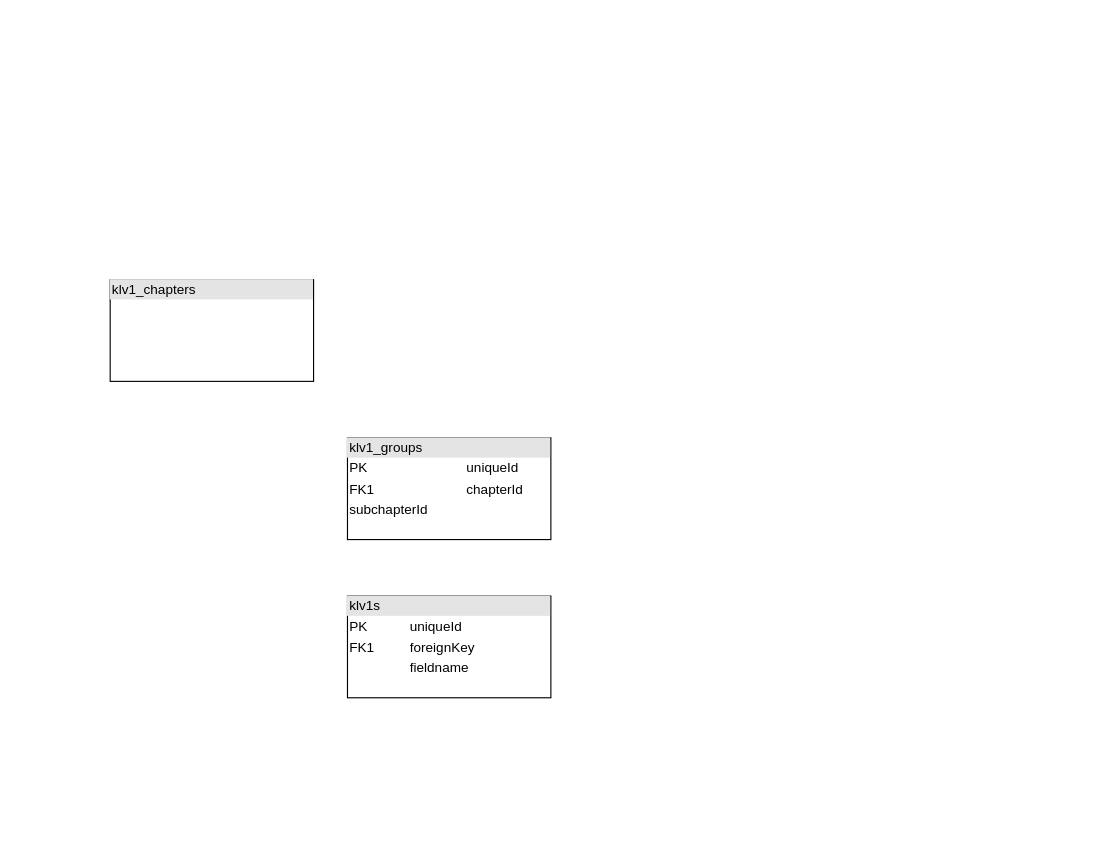
This is Dokumentation/diagrams/Untitled Diagram.drawio from TheCodear/PSE-eonum-docrepo, a draw.io file, before an edit. Source tidied: cells renumbered, new cells numbered last; positions are measured from the earlier drawing's top-left corner, leaving out a move shared by most shapes. Both pictures are drawn from the tidied source at 113%, with x=0, y=0 at pixel (110, 279).
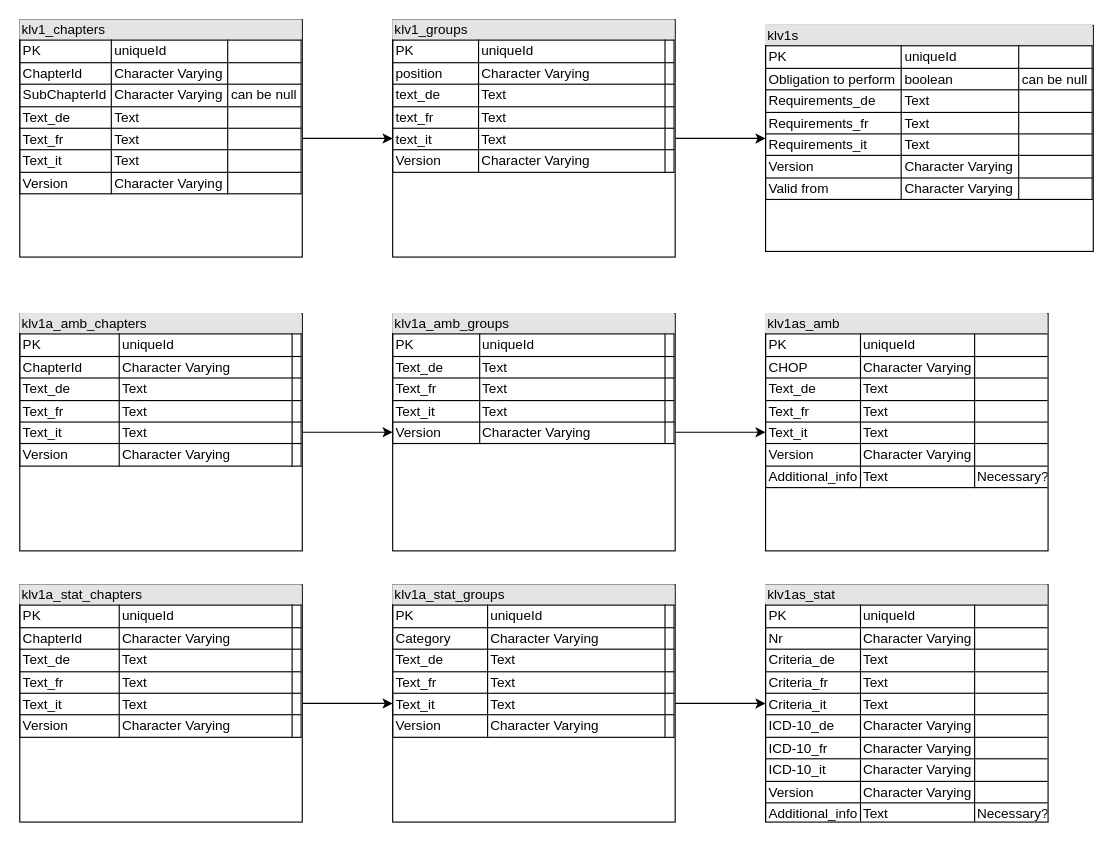
Above is the later version.

Diff of the diagram source:
```diff
@@
 <mxGraphModel>
   <root>
     <mxCell id="0" />
     <mxCell id="1" parent="0" />
-    <mxCell id="2" value="&lt;div style=&quot;box-sizing: border-box ; width: 100% ; background: #e4e4e4 ; padding: 2px&quot;&gt;klv1_chapters&lt;/div&gt;&lt;table style=&quot;width: 100% ; font-size: 1em&quot; cellspacing=&quot;0&quot; cellpadding=&quot;2&quot;&gt;&lt;tbody&gt;&lt;tr&gt;&lt;td&gt;&lt;table&gt;&lt;tbody&gt;&lt;tr&gt;&lt;td&gt;&lt;br&gt;&lt;/td&gt;&lt;td&gt;&lt;br&gt;&lt;/td&gt;&lt;/tr&gt;&lt;tr&gt;&lt;td&gt;&lt;br&gt;&lt;/td&gt;&lt;td&gt;&lt;br&gt;&lt;/td&gt;&lt;/tr&gt;&lt;tr&gt;&lt;td&gt;&lt;br&gt;&lt;/td&gt;&lt;td&gt;&lt;br&gt;&lt;/td&gt;&lt;/tr&gt;&lt;tr&gt;&lt;td&gt;&lt;br&gt;&lt;/td&gt;&lt;td&gt;&lt;br&gt;&lt;/td&gt;&lt;/tr&gt;&lt;tr&gt;&lt;td&gt;&lt;br&gt;&lt;/td&gt;&lt;td&gt;&lt;br&gt;&lt;/td&gt;&lt;/tr&gt;&lt;tr&gt;&lt;td&gt;&lt;br&gt;&lt;/td&gt;&lt;td&gt;&lt;br&gt;&lt;/td&gt;&lt;/tr&gt;&lt;tr&gt;&lt;td&gt;&lt;br&gt;&lt;/td&gt;&lt;td&gt;&lt;br&gt;&lt;/td&gt;&lt;/tr&gt;&lt;/tbody&gt;&lt;/table&gt;&lt;br&gt;&lt;/td&gt;&lt;td&gt;&lt;br&gt;&lt;/td&gt;&lt;td&gt;&lt;br&gt;&lt;/td&gt;&lt;/tr&gt;&lt;tr&gt;&lt;td&gt;&lt;br&gt;&lt;/td&gt;&lt;td&gt;&lt;br&gt;&lt;/td&gt;&lt;td&gt;&lt;br&gt;&lt;/td&gt;&lt;/tr&gt;&lt;tr&gt;&lt;td&gt;&lt;br&gt;&lt;/td&gt;&lt;td&gt;&lt;br&gt;&lt;/td&gt;&lt;td&gt;&lt;br&gt;&lt;/td&gt;&lt;/tr&gt;&lt;tr&gt;&lt;td&gt;&lt;br&gt;&lt;/td&gt;&lt;td&gt;&lt;br&gt;&lt;/td&gt;&lt;td&gt;&lt;br&gt;&lt;/td&gt;&lt;/tr&gt;&lt;tr&gt;&lt;td&gt;&lt;br&gt;&lt;/td&gt;&lt;td&gt;&lt;br&gt;&lt;/td&gt;&lt;td&gt;&lt;br&gt;&lt;/td&gt;&lt;/tr&gt;&lt;tr&gt;&lt;td&gt;&lt;br&gt;&lt;/td&gt;&lt;td&gt;&lt;br&gt;&lt;/td&gt;&lt;td&gt;&lt;br&gt;&lt;/td&gt;&lt;/tr&gt;&lt;tr&gt;&lt;td&gt;&lt;br&gt;&lt;/td&gt;&lt;td&gt;&lt;br&gt;&lt;/td&gt;&lt;td&gt;&lt;br&gt;&lt;/td&gt;&lt;/tr&gt;&lt;tr&gt;&lt;td&gt;&lt;br&gt;&lt;/td&gt;&lt;td&gt;&lt;br&gt;&lt;/td&gt;&lt;td&gt;&lt;br&gt;&lt;/td&gt;&lt;/tr&gt;&lt;tr&gt;&lt;td&gt;&lt;br&gt;&lt;/td&gt;&lt;td&gt;&lt;br&gt;&lt;/td&gt;&lt;td&gt;&lt;br&gt;&lt;/td&gt;&lt;/tr&gt;&lt;tr&gt;&lt;td&gt;&lt;br&gt;&lt;/td&gt;&lt;td&gt;&lt;br&gt;&lt;/td&gt;&lt;td&gt;&lt;br&gt;&lt;/td&gt;&lt;/tr&gt;&lt;tr&gt;&lt;td&gt;&lt;br&gt;&lt;/td&gt;&lt;td&gt;&lt;br&gt;&lt;/td&gt;&lt;td&gt;&lt;br&gt;&lt;/td&gt;&lt;/tr&gt;&lt;tr&gt;&lt;td&gt;&lt;br&gt;&lt;/td&gt;&lt;td&gt;&lt;br&gt;&lt;/td&gt;&lt;td&gt;&lt;br&gt;&lt;/td&gt;&lt;/tr&gt;&lt;tr&gt;&lt;td&gt;&lt;br&gt;&lt;/td&gt;&lt;td&gt;&lt;br&gt;&lt;/td&gt;&lt;td&gt;&lt;br&gt;&lt;/td&gt;&lt;/tr&gt;&lt;tr&gt;&lt;td&gt;&lt;br&gt;&lt;/td&gt;&lt;td&gt;&lt;br&gt;&lt;/td&gt;&lt;td&gt;&lt;br&gt;&lt;/td&gt;&lt;/tr&gt;&lt;tr&gt;&lt;td&gt;&lt;br&gt;&lt;/td&gt;&lt;td&gt;&lt;br&gt;&lt;/td&gt;&lt;td&gt;&lt;br&gt;&lt;/td&gt;&lt;/tr&gt;&lt;tr&gt;&lt;td&gt;&lt;br&gt;&lt;/td&gt;&lt;td&gt;&lt;br&gt;&lt;/td&gt;&lt;td&gt;&lt;br&gt;&lt;/td&gt;&lt;/tr&gt;&lt;tr&gt;&lt;td&gt;&lt;br&gt;&lt;/td&gt;&lt;td&gt;&lt;br&gt;&lt;/td&gt;&lt;td&gt;&lt;br&gt;&lt;/td&gt;&lt;/tr&gt;&lt;tr&gt;&lt;td&gt;&lt;br&gt;&lt;/td&gt;&lt;td&gt;&lt;br&gt;&lt;/td&gt;&lt;td&gt;&lt;br&gt;&lt;/td&gt;&lt;/tr&gt;&lt;tr&gt;&lt;td&gt;&lt;br&gt;&lt;/td&gt;&lt;td&gt;&lt;br&gt;&lt;/td&gt;&lt;td&gt;&lt;br&gt;&lt;/td&gt;&lt;/tr&gt;&lt;tr&gt;&lt;td&gt;&lt;br&gt;&lt;/td&gt;&lt;td&gt;&lt;br&gt;&lt;/td&gt;&lt;td&gt;&lt;br&gt;&lt;/td&gt;&lt;/tr&gt;&lt;tr&gt;&lt;td&gt;&lt;br&gt;&lt;/td&gt;&lt;td&gt;&lt;br&gt;&lt;/td&gt;&lt;td&gt;&lt;br&gt;&lt;/td&gt;&lt;/tr&gt;&lt;tr&gt;&lt;td&gt;&lt;br&gt;&lt;/td&gt;&lt;td&gt;&lt;br&gt;&lt;/td&gt;&lt;td&gt;&lt;br&gt;&lt;/td&gt;&lt;/tr&gt;&lt;tr&gt;&lt;td&gt;&lt;br&gt;&lt;/td&gt;&lt;td&gt;&lt;br&gt;&lt;/td&gt;&lt;td&gt;&lt;br&gt;&lt;/td&gt;&lt;/tr&gt;&lt;tr&gt;&lt;td&gt;&lt;br&gt;&lt;/td&gt;&lt;td&gt;&lt;br&gt;&lt;/td&gt;&lt;td&gt;&lt;br&gt;&lt;/td&gt;&lt;/tr&gt;&lt;tr&gt;&lt;td&gt;&lt;br&gt;&lt;/td&gt;&lt;td&gt;&lt;br&gt;&lt;/td&gt;&lt;td&gt;&lt;br&gt;&lt;/td&gt;&lt;/tr&gt;&lt;tr&gt;&lt;td&gt;&lt;br&gt;&lt;/td&gt;&lt;td&gt;&lt;br&gt;&lt;/td&gt;&lt;td&gt;&lt;br&gt;&lt;/td&gt;&lt;/tr&gt;&lt;tr&gt;&lt;td&gt;&lt;br&gt;&lt;/td&gt;&lt;td&gt;&lt;br&gt;&lt;/td&gt;&lt;td&gt;&lt;br&gt;&lt;/td&gt;&lt;/tr&gt;&lt;tr&gt;&lt;td&gt;&lt;br&gt;&lt;/td&gt;&lt;td&gt;&lt;br&gt;&lt;/td&gt;&lt;td&gt;&lt;br&gt;&lt;/td&gt;&lt;/tr&gt;&lt;tr&gt;&lt;td&gt;&lt;br&gt;&lt;/td&gt;&lt;td&gt;&lt;br&gt;&lt;/td&gt;&lt;td&gt;&lt;br&gt;&lt;/td&gt;&lt;/tr&gt;&lt;tr&gt;&lt;td&gt;&lt;br&gt;&lt;/td&gt;&lt;td&gt;&lt;br&gt;&lt;/td&gt;&lt;td&gt;&lt;br&gt;&lt;/td&gt;&lt;/tr&gt;&lt;tr&gt;&lt;td&gt;&lt;br&gt;&lt;/td&gt;&lt;td&gt;&lt;br&gt;&lt;/td&gt;&lt;td&gt;&lt;br&gt;&lt;/td&gt;&lt;/tr&gt;&lt;tr&gt;&lt;td&gt;&lt;br&gt;&lt;/td&gt;&lt;td&gt;&lt;br&gt;&lt;/td&gt;&lt;td&gt;&lt;br&gt;&lt;/td&gt;&lt;/tr&gt;&lt;/tbody&gt;&lt;/table&gt;" style="verticalAlign=top;align=left;overflow=fill;html=1;" parent="1" vertex="1">
-      <mxGeometry width="180" height="90" as="geometry" />
-    </mxCell>
-    <mxCell id="3" value="&lt;div style=&quot;box-sizing: border-box ; width: 100% ; background: #e4e4e4 ; padding: 2px&quot;&gt;klv1_groups&lt;/div&gt;&lt;table style=&quot;width: 100% ; font-size: 1em&quot; cellspacing=&quot;0&quot; cellpadding=&quot;2&quot;&gt;&lt;tbody&gt;&lt;tr&gt;&lt;td&gt;PK&lt;/td&gt;&lt;td&gt;uniqueId&lt;/td&gt;&lt;/tr&gt;&lt;tr&gt;&lt;td&gt;FK1&lt;/td&gt;&lt;td&gt;chapterId&lt;/td&gt;&lt;/tr&gt;&lt;tr&gt;&lt;td&gt;subchapterId&lt;br&gt;&lt;/td&gt;&lt;td&gt;&lt;br&gt;&lt;/td&gt;&lt;/tr&gt;&lt;/tbody&gt;&lt;/table&gt;" style="verticalAlign=top;align=left;overflow=fill;html=1;" parent="1" vertex="1">
-      <mxGeometry x="210" y="140" width="180" height="90" as="geometry" />
-    </mxCell>
-    <mxCell id="4" value="&lt;div style=&quot;box-sizing: border-box ; width: 100% ; background: #e4e4e4 ; padding: 2px&quot;&gt;klv1s&lt;/div&gt;&lt;table style=&quot;width: 100% ; font-size: 1em&quot; cellspacing=&quot;0&quot; cellpadding=&quot;2&quot;&gt;&lt;tbody&gt;&lt;tr&gt;&lt;td&gt;PK&lt;/td&gt;&lt;td&gt;uniqueId&lt;/td&gt;&lt;/tr&gt;&lt;tr&gt;&lt;td&gt;FK1&lt;/td&gt;&lt;td&gt;foreignKey&lt;/td&gt;&lt;/tr&gt;&lt;tr&gt;&lt;td&gt;&lt;br&gt;&lt;/td&gt;&lt;td&gt;fieldname&lt;/td&gt;&lt;/tr&gt;&lt;/tbody&gt;&lt;/table&gt;" style="verticalAlign=top;align=left;overflow=fill;html=1;" parent="1" vertex="1">
-      <mxGeometry x="210" y="280" width="180" height="90" as="geometry" />
-    </mxCell>
+    <mxCell id="5" style="edgeStyle=orthogonalEdgeStyle;rounded=0;jettySize=auto;html=1;" parent="1" edge="1" source="6" target="8">
+      <mxGeometry relative="1" as="geometry" />
+    </mxCell>
+    <mxCell id="6" value="&lt;div style=&quot;box-sizing: border-box ; width: 100% ; background: #e4e4e4 ; padding: 2px&quot;&gt;klv1_chapters&lt;/div&gt;&lt;table style=&quot;width: 100% ; font-size: 1em ; border: 1px solid rgb(0 , 0 , 0) ; border-collapse: collapse&quot; cellspacing=&quot;0&quot; cellpadding=&quot;2&quot; border=&quot;1&quot;&gt;&lt;tbody&gt;&lt;tr&gt;&lt;td&gt;PK&lt;/td&gt;&lt;td&gt;uniqueId&lt;/td&gt;&lt;td&gt;&lt;br&gt;&lt;/td&gt;&lt;/tr&gt;&lt;tr&gt;&lt;td&gt;ChapterId&lt;/td&gt;&lt;td&gt;Character Varying&lt;/td&gt;&lt;td&gt;&lt;br&gt;&lt;/td&gt;&lt;/tr&gt;&lt;tr&gt;&lt;td&gt;SubChapterId&lt;br&gt;&lt;/td&gt;&lt;td style=&quot;border-collapse: collapse&quot;&gt;Character Varying&lt;/td&gt;&lt;td&gt;can be null&lt;br&gt;&lt;/td&gt;&lt;/tr&gt;&lt;tr&gt;&lt;td&gt;Text_de&lt;br&gt;&lt;/td&gt;&lt;td&gt;Text&lt;br&gt;&lt;/td&gt;&lt;td&gt;&lt;br&gt;&lt;/td&gt;&lt;/tr&gt;&lt;tr&gt;&lt;td&gt;Text_fr&lt;br&gt;&lt;/td&gt;&lt;td&gt;Text&lt;br&gt;&lt;/td&gt;&lt;td&gt;&lt;br&gt;&lt;/td&gt;&lt;/tr&gt;&lt;tr&gt;&lt;td&gt;Text_it&lt;br&gt;&lt;/td&gt;&lt;td&gt;Text&lt;br&gt;&lt;/td&gt;&lt;td&gt;&lt;br&gt;&lt;/td&gt;&lt;/tr&gt;&lt;tr&gt;&lt;td&gt;Version&lt;br&gt;&lt;/td&gt;&lt;td&gt;Character Varying&lt;br&gt;&lt;/td&gt;&lt;td&gt;&lt;br&gt;&lt;/td&gt;&lt;/tr&gt;&lt;/tbody&gt;&lt;/table&gt;" style="verticalAlign=top;align=left;overflow=fill;html=1;" parent="1" vertex="1">
+      <mxGeometry x="-80" y="-230" width="250" height="210" as="geometry" />
+    </mxCell>
+    <mxCell id="7" style="edgeStyle=orthogonalEdgeStyle;rounded=0;jettySize=auto;html=1;" parent="1" edge="1" source="8" target="9">
+      <mxGeometry relative="1" as="geometry" />
+    </mxCell>
+    <mxCell id="8" value="&lt;div style=&quot;box-sizing: border-box ; width: 100% ; background: #e4e4e4 ; padding: 2px&quot;&gt;klv1_groups&lt;/div&gt;&lt;table style=&quot;width: 100% ; font-size: 1em ; border: 1px solid rgb(0 , 0 , 0) ; border-collapse: collapse&quot; cellspacing=&quot;0&quot; cellpadding=&quot;2&quot; border=&quot;1&quot;&gt;&lt;tbody&gt;&lt;tr&gt;&lt;td&gt;PK&lt;/td&gt;&lt;td&gt;uniqueId&lt;/td&gt;&lt;td&gt;&lt;br&gt;&lt;/td&gt;&lt;/tr&gt;&lt;tr&gt;&lt;td&gt;position&lt;br&gt;&lt;/td&gt;&lt;td&gt;Character Varying&lt;br&gt;&lt;/td&gt;&lt;td&gt;&lt;br&gt;&lt;/td&gt;&lt;/tr&gt;&lt;tr&gt;&lt;td&gt;text_de&lt;br&gt;&lt;/td&gt;&lt;td style=&quot;border-collapse: collapse&quot;&gt;Text&lt;br&gt;&lt;/td&gt;&lt;td&gt;&lt;br&gt;&lt;/td&gt;&lt;/tr&gt;&lt;tr&gt;&lt;td&gt;text_fr&lt;br&gt;&lt;/td&gt;&lt;td&gt;Text&lt;br&gt;&lt;/td&gt;&lt;td&gt;&lt;br&gt;&lt;/td&gt;&lt;/tr&gt;&lt;tr&gt;&lt;td&gt;text_it&lt;br&gt;&lt;/td&gt;&lt;td&gt;Text&lt;br&gt;&lt;/td&gt;&lt;td&gt;&lt;br&gt;&lt;/td&gt;&lt;/tr&gt;&lt;tr&gt;&lt;td&gt;Version&lt;br&gt;&lt;/td&gt;&lt;td&gt;Character Varying&lt;br&gt;&lt;/td&gt;&lt;td&gt;&lt;br&gt;&lt;/td&gt;&lt;/tr&gt;&lt;/tbody&gt;&lt;/table&gt;" style="verticalAlign=top;align=left;overflow=fill;html=1;" parent="1" vertex="1">
+      <mxGeometry x="250" y="-230" width="250" height="210" as="geometry" />
+    </mxCell>
+    <mxCell id="9" value="&lt;div style=&quot;box-sizing: border-box ; width: 100% ; background: #e4e4e4 ; padding: 2px&quot;&gt;klv1s&lt;/div&gt;&lt;table style=&quot;width: 100% ; font-size: 1em ; border: 1px solid rgb(0 , 0 , 0) ; border-collapse: collapse&quot; cellspacing=&quot;0&quot; cellpadding=&quot;2&quot; border=&quot;1&quot;&gt;&lt;tbody&gt;&lt;tr&gt;&lt;td&gt;PK&lt;/td&gt;&lt;td&gt;uniqueId&lt;/td&gt;&lt;td&gt;&lt;br&gt;&lt;/td&gt;&lt;/tr&gt;&lt;tr&gt;&lt;td&gt;Obligation to perform&lt;br&gt;&lt;/td&gt;&lt;td&gt;boolean&lt;br&gt;&lt;/td&gt;&lt;td&gt;can be null&lt;br&gt;&lt;/td&gt;&lt;/tr&gt;&lt;tr&gt;&lt;td&gt;Requirements_de&lt;br&gt;&lt;/td&gt;&lt;td style=&quot;border-collapse: collapse&quot;&gt;Text&lt;br&gt;&lt;/td&gt;&lt;td&gt;&lt;br&gt;&lt;/td&gt;&lt;/tr&gt;&lt;tr&gt;&lt;td&gt;Requirements_fr&lt;br&gt;&lt;/td&gt;&lt;td&gt;Text&lt;br&gt;&lt;/td&gt;&lt;td&gt;&lt;br&gt;&lt;/td&gt;&lt;/tr&gt;&lt;tr&gt;&lt;td&gt;Requirements_it&lt;br&gt;&lt;/td&gt;&lt;td&gt;Text&lt;br&gt;&lt;/td&gt;&lt;td&gt;&lt;br&gt;&lt;/td&gt;&lt;/tr&gt;&lt;tr&gt;&lt;td&gt;Version&lt;br&gt;&lt;/td&gt;&lt;td&gt;Character Varying&lt;br&gt;&lt;/td&gt;&lt;td&gt;&lt;br&gt;&lt;/td&gt;&lt;/tr&gt;&lt;tr&gt;&lt;td&gt;Valid from&lt;br&gt;&lt;/td&gt;&lt;td&gt;Character Varying&lt;br&gt;&lt;/td&gt;&lt;td&gt;&lt;br&gt;&lt;/td&gt;&lt;/tr&gt;&lt;/tbody&gt;&lt;/table&gt;" style="verticalAlign=top;align=left;overflow=fill;html=1;" parent="1" vertex="1">
+      <mxGeometry x="580" y="-225" width="290" height="200" as="geometry" />
+    </mxCell>
+    <mxCell id="10" style="edgeStyle=orthogonalEdgeStyle;rounded=0;jettySize=auto;html=1;" parent="1" edge="1" source="11" target="13">
+      <mxGeometry relative="1" as="geometry" />
+    </mxCell>
+    <mxCell id="11" value="&lt;div style=&quot;box-sizing: border-box ; width: 100% ; background: #e4e4e4 ; padding: 2px&quot;&gt;klv1a_amb_chapters&lt;/div&gt;&lt;table style=&quot;width: 100% ; font-size: 1em ; border: 1px solid rgb(0 , 0 , 0) ; border-collapse: collapse&quot; cellspacing=&quot;0&quot; cellpadding=&quot;2&quot; border=&quot;1&quot;&gt;&lt;tbody&gt;&lt;tr&gt;&lt;td&gt;PK&lt;/td&gt;&lt;td&gt;uniqueId&lt;/td&gt;&lt;td&gt;&lt;br&gt;&lt;/td&gt;&lt;/tr&gt;&lt;tr&gt;&lt;td&gt;ChapterId&lt;/td&gt;&lt;td&gt;Character Varying&lt;/td&gt;&lt;td&gt;&lt;br&gt;&lt;/td&gt;&lt;/tr&gt;&lt;tr&gt;&lt;td&gt;Text_de&lt;br&gt;&lt;/td&gt;&lt;td&gt;Text&lt;br&gt;&lt;/td&gt;&lt;td&gt;&lt;br&gt;&lt;/td&gt;&lt;/tr&gt;&lt;tr&gt;&lt;td&gt;Text_fr&lt;br&gt;&lt;/td&gt;&lt;td&gt;Text&lt;br&gt;&lt;/td&gt;&lt;td&gt;&lt;br&gt;&lt;/td&gt;&lt;/tr&gt;&lt;tr&gt;&lt;td&gt;Text_it&lt;br&gt;&lt;/td&gt;&lt;td&gt;Text&lt;br&gt;&lt;/td&gt;&lt;td&gt;&lt;br&gt;&lt;/td&gt;&lt;/tr&gt;&lt;tr&gt;&lt;td&gt;Version&lt;br&gt;&lt;/td&gt;&lt;td&gt;Character Varying&lt;br&gt;&lt;/td&gt;&lt;td&gt;&lt;br&gt;&lt;/td&gt;&lt;/tr&gt;&lt;/tbody&gt;&lt;/table&gt;" style="verticalAlign=top;align=left;overflow=fill;html=1;" parent="1" vertex="1">
+      <mxGeometry x="-80" y="30" width="250" height="210" as="geometry" />
+    </mxCell>
+    <mxCell id="12" style="edgeStyle=orthogonalEdgeStyle;rounded=0;jettySize=auto;html=1;" parent="1" edge="1" source="13" target="14">
+      <mxGeometry relative="1" as="geometry" />
+    </mxCell>
+    <mxCell id="13" value="&lt;div style=&quot;box-sizing: border-box ; width: 100% ; background: #e4e4e4 ; padding: 2px&quot;&gt;klv1a_amb_groups&lt;/div&gt;&lt;table style=&quot;width: 100% ; font-size: 1em ; border: 1px solid rgb(0 , 0 , 0) ; border-collapse: collapse&quot; cellspacing=&quot;0&quot; cellpadding=&quot;2&quot; border=&quot;1&quot;&gt;&lt;tbody&gt;&lt;tr&gt;&lt;td&gt;PK&lt;/td&gt;&lt;td&gt;uniqueId&lt;/td&gt;&lt;td&gt;&lt;br&gt;&lt;/td&gt;&lt;/tr&gt;&lt;tr&gt;&lt;td&gt;Text_de&lt;br&gt;&lt;/td&gt;&lt;td&gt;Text&lt;br&gt;&lt;/td&gt;&lt;td&gt;&lt;br&gt;&lt;/td&gt;&lt;/tr&gt;&lt;tr&gt;&lt;td&gt;Text_fr&lt;br&gt;&lt;/td&gt;&lt;td&gt;Text&lt;br&gt;&lt;/td&gt;&lt;td&gt;&lt;br&gt;&lt;/td&gt;&lt;/tr&gt;&lt;tr&gt;&lt;td&gt;Text_it&lt;br&gt;&lt;/td&gt;&lt;td&gt;Text&lt;br&gt;&lt;/td&gt;&lt;td&gt;&lt;br&gt;&lt;/td&gt;&lt;/tr&gt;&lt;tr&gt;&lt;td&gt;Version&lt;br&gt;&lt;/td&gt;&lt;td&gt;Character Varying&lt;br&gt;&lt;/td&gt;&lt;td&gt;&lt;br&gt;&lt;/td&gt;&lt;/tr&gt;&lt;/tbody&gt;&lt;/table&gt;" style="verticalAlign=top;align=left;overflow=fill;html=1;" parent="1" vertex="1">
+      <mxGeometry x="250" y="30" width="250" height="210" as="geometry" />
+    </mxCell>
+    <mxCell id="14" value="&lt;div style=&quot;box-sizing: border-box ; width: 100% ; background: #e4e4e4 ; padding: 2px&quot;&gt;klv1as_amb&lt;/div&gt;&lt;table style=&quot;width: 100% ; font-size: 1em ; border: 1px solid rgb(0 , 0 , 0) ; border-collapse: collapse&quot; cellspacing=&quot;0&quot; cellpadding=&quot;2&quot; border=&quot;1&quot;&gt;&lt;tbody&gt;&lt;tr&gt;&lt;td&gt;PK&lt;/td&gt;&lt;td&gt;uniqueId&lt;/td&gt;&lt;td&gt;&lt;br&gt;&lt;/td&gt;&lt;/tr&gt;&lt;tr&gt;&lt;td&gt;CHOP&lt;br&gt;&lt;/td&gt;&lt;td&gt;Character Varying&lt;br&gt;&lt;/td&gt;&lt;td&gt;&lt;br&gt;&lt;/td&gt;&lt;/tr&gt;&lt;tr&gt;&lt;td&gt;Text_de&lt;br&gt;&lt;/td&gt;&lt;td&gt;Text&lt;br&gt;&lt;/td&gt;&lt;td&gt;&lt;br&gt;&lt;/td&gt;&lt;/tr&gt;&lt;tr&gt;&lt;td&gt;Text_fr&lt;br&gt;&lt;/td&gt;&lt;td&gt;Text&lt;br&gt;&lt;/td&gt;&lt;td&gt;&lt;br&gt;&lt;/td&gt;&lt;/tr&gt;&lt;tr&gt;&lt;td&gt;Text_it&lt;br&gt;&lt;/td&gt;&lt;td&gt;Text&lt;br&gt;&lt;/td&gt;&lt;td&gt;&lt;br&gt;&lt;/td&gt;&lt;/tr&gt;&lt;tr&gt;&lt;td&gt;Version&lt;br&gt;&lt;/td&gt;&lt;td&gt;Character Varying&lt;br&gt;&lt;/td&gt;&lt;td&gt;&lt;br&gt;&lt;/td&gt;&lt;/tr&gt;&lt;tr&gt;&lt;td&gt;Additional_info&lt;br&gt;&lt;/td&gt;&lt;td&gt;Text&lt;br&gt;&lt;/td&gt;&lt;td&gt;Necessary?&lt;br&gt;&lt;/td&gt;&lt;/tr&gt;&lt;/tbody&gt;&lt;/table&gt;" style="verticalAlign=top;align=left;overflow=fill;html=1;" parent="1" vertex="1">
+      <mxGeometry x="580" y="30" width="250" height="210" as="geometry" />
+    </mxCell>
+    <mxCell id="15" style="edgeStyle=orthogonalEdgeStyle;rounded=0;jettySize=auto;html=1;" parent="1" edge="1" source="16" target="18">
+      <mxGeometry relative="1" as="geometry" />
+    </mxCell>
+    <mxCell id="16" value="&lt;div style=&quot;box-sizing: border-box ; width: 100% ; background: #e4e4e4 ; padding: 2px&quot;&gt;klv1a_stat_chapters&lt;/div&gt;&lt;table style=&quot;width: 100% ; font-size: 1em ; border: 1px solid rgb(0 , 0 , 0) ; border-collapse: collapse&quot; cellspacing=&quot;0&quot; cellpadding=&quot;2&quot; border=&quot;1&quot;&gt;&lt;tbody&gt;&lt;tr&gt;&lt;td&gt;PK&lt;/td&gt;&lt;td&gt;uniqueId&lt;/td&gt;&lt;td&gt;&lt;br&gt;&lt;/td&gt;&lt;/tr&gt;&lt;tr&gt;&lt;td&gt;ChapterId&lt;/td&gt;&lt;td&gt;Character Varying&lt;/td&gt;&lt;td&gt;&lt;br&gt;&lt;/td&gt;&lt;/tr&gt;&lt;tr&gt;&lt;td&gt;Text_de&lt;br&gt;&lt;/td&gt;&lt;td&gt;Text&lt;br&gt;&lt;/td&gt;&lt;td&gt;&lt;br&gt;&lt;/td&gt;&lt;/tr&gt;&lt;tr&gt;&lt;td&gt;Text_fr&lt;br&gt;&lt;/td&gt;&lt;td&gt;Text&lt;br&gt;&lt;/td&gt;&lt;td&gt;&lt;br&gt;&lt;/td&gt;&lt;/tr&gt;&lt;tr&gt;&lt;td&gt;Text_it&lt;br&gt;&lt;/td&gt;&lt;td&gt;Text&lt;br&gt;&lt;/td&gt;&lt;td&gt;&lt;br&gt;&lt;/td&gt;&lt;/tr&gt;&lt;tr&gt;&lt;td&gt;Version&lt;br&gt;&lt;/td&gt;&lt;td&gt;Character Varying&lt;br&gt;&lt;/td&gt;&lt;td&gt;&lt;br&gt;&lt;/td&gt;&lt;/tr&gt;&lt;/tbody&gt;&lt;/table&gt;" style="verticalAlign=top;align=left;overflow=fill;html=1;" parent="1" vertex="1">
+      <mxGeometry x="-80" y="270" width="250" height="210" as="geometry" />
+    </mxCell>
+    <mxCell id="17" style="edgeStyle=orthogonalEdgeStyle;rounded=0;jettySize=auto;html=1;" parent="1" edge="1" source="18" target="19">
+      <mxGeometry relative="1" as="geometry" />
+    </mxCell>
+    <mxCell id="18" value="&lt;div style=&quot;box-sizing: border-box ; width: 100% ; background: #e4e4e4 ; padding: 2px&quot;&gt;klv1a_stat_groups&lt;/div&gt;&lt;table style=&quot;width: 100% ; font-size: 1em ; border: 1px solid rgb(0 , 0 , 0) ; border-collapse: collapse&quot; cellspacing=&quot;0&quot; cellpadding=&quot;2&quot; border=&quot;1&quot;&gt;&lt;tbody&gt;&lt;tr&gt;&lt;td&gt;PK&lt;/td&gt;&lt;td&gt;uniqueId&lt;/td&gt;&lt;td&gt;&lt;br&gt;&lt;/td&gt;&lt;/tr&gt;&lt;tr&gt;&lt;td&gt;Category&lt;br&gt;&lt;/td&gt;&lt;td&gt;Character Varying&lt;br&gt;&lt;/td&gt;&lt;td&gt;&lt;br&gt;&lt;/td&gt;&lt;/tr&gt;&lt;tr&gt;&lt;td&gt;Text_de&lt;br&gt;&lt;/td&gt;&lt;td&gt;Text&lt;br&gt;&lt;/td&gt;&lt;td&gt;&lt;br&gt;&lt;/td&gt;&lt;/tr&gt;&lt;tr&gt;&lt;td&gt;Text_fr&lt;br&gt;&lt;/td&gt;&lt;td&gt;Text&lt;br&gt;&lt;/td&gt;&lt;td&gt;&lt;br&gt;&lt;/td&gt;&lt;/tr&gt;&lt;tr&gt;&lt;td&gt;Text_it&lt;br&gt;&lt;/td&gt;&lt;td&gt;Text&lt;br&gt;&lt;/td&gt;&lt;td&gt;&lt;br&gt;&lt;/td&gt;&lt;/tr&gt;&lt;tr&gt;&lt;td&gt;Version&lt;br&gt;&lt;/td&gt;&lt;td&gt;Character Varying&lt;br&gt;&lt;/td&gt;&lt;td&gt;&lt;br&gt;&lt;/td&gt;&lt;/tr&gt;&lt;/tbody&gt;&lt;/table&gt;" style="verticalAlign=top;align=left;overflow=fill;html=1;" parent="1" vertex="1">
+      <mxGeometry x="250" y="270" width="250" height="210" as="geometry" />
+    </mxCell>
+    <mxCell id="19" value="&lt;div style=&quot;box-sizing: border-box ; width: 100% ; background: #e4e4e4 ; padding: 2px&quot;&gt;klv1as_stat&lt;/div&gt;&lt;table style=&quot;width: 100% ; font-size: 1em ; border: 1px solid rgb(0 , 0 , 0) ; border-collapse: collapse&quot; cellspacing=&quot;0&quot; cellpadding=&quot;2&quot; border=&quot;1&quot;&gt;&lt;tbody&gt;&lt;tr&gt;&lt;td&gt;PK&lt;/td&gt;&lt;td&gt;uniqueId&lt;/td&gt;&lt;td&gt;&lt;br&gt;&lt;/td&gt;&lt;/tr&gt;&lt;tr&gt;&lt;td&gt;Nr&lt;br&gt;&lt;/td&gt;&lt;td&gt;Character Varying&lt;br&gt;&lt;/td&gt;&lt;td&gt;&lt;br&gt;&lt;/td&gt;&lt;/tr&gt;&lt;tr&gt;&lt;td&gt;Criteria_de&lt;br&gt;&lt;/td&gt;&lt;td&gt;Text&lt;br&gt;&lt;/td&gt;&lt;td&gt;&lt;br&gt;&lt;/td&gt;&lt;/tr&gt;&lt;tr&gt;&lt;td&gt;Criteria_fr&lt;/td&gt;&lt;td&gt;Text&lt;br&gt;&lt;/td&gt;&lt;td&gt;&lt;br&gt;&lt;/td&gt;&lt;/tr&gt;&lt;tr&gt;&lt;td&gt;Criteria_it&lt;/td&gt;&lt;td&gt;Text&lt;br&gt;&lt;/td&gt;&lt;td&gt;&lt;br&gt;&lt;/td&gt;&lt;/tr&gt;&lt;tr&gt;&lt;td&gt;ICD-10_de&lt;br&gt;&lt;/td&gt;&lt;td&gt;Character Varying&lt;br&gt;&lt;/td&gt;&lt;td&gt;&lt;br&gt;&lt;/td&gt;&lt;/tr&gt;&lt;tr&gt;&lt;td&gt;ICD-10_fr&lt;/td&gt;&lt;td&gt;Character Varying&lt;/td&gt;&lt;td&gt;&lt;br&gt;&lt;/td&gt;&lt;/tr&gt;&lt;tr&gt;&lt;td&gt;ICD-10_it&lt;/td&gt;&lt;td&gt;Character Varying&lt;/td&gt;&lt;td&gt;&lt;br&gt;&lt;/td&gt;&lt;/tr&gt;&lt;tr&gt;&lt;td&gt;Version&lt;br&gt;&lt;/td&gt;&lt;td&gt;Character Varying&lt;br&gt;&lt;/td&gt;&lt;td&gt;&lt;br&gt;&lt;/td&gt;&lt;/tr&gt;&lt;tr&gt;&lt;td&gt;Additional_info&lt;/td&gt;&lt;td&gt;Text&lt;br&gt;&lt;/td&gt;&lt;td&gt;Necessary?&lt;/td&gt;&lt;/tr&gt;&lt;/tbody&gt;&lt;/table&gt;" style="verticalAlign=top;align=left;overflow=fill;html=1;" parent="1" vertex="1">
+      <mxGeometry x="580" y="270" width="250" height="210" as="geometry" />
+    </mxCell>
   </root>
 </mxGraphModel>
```
